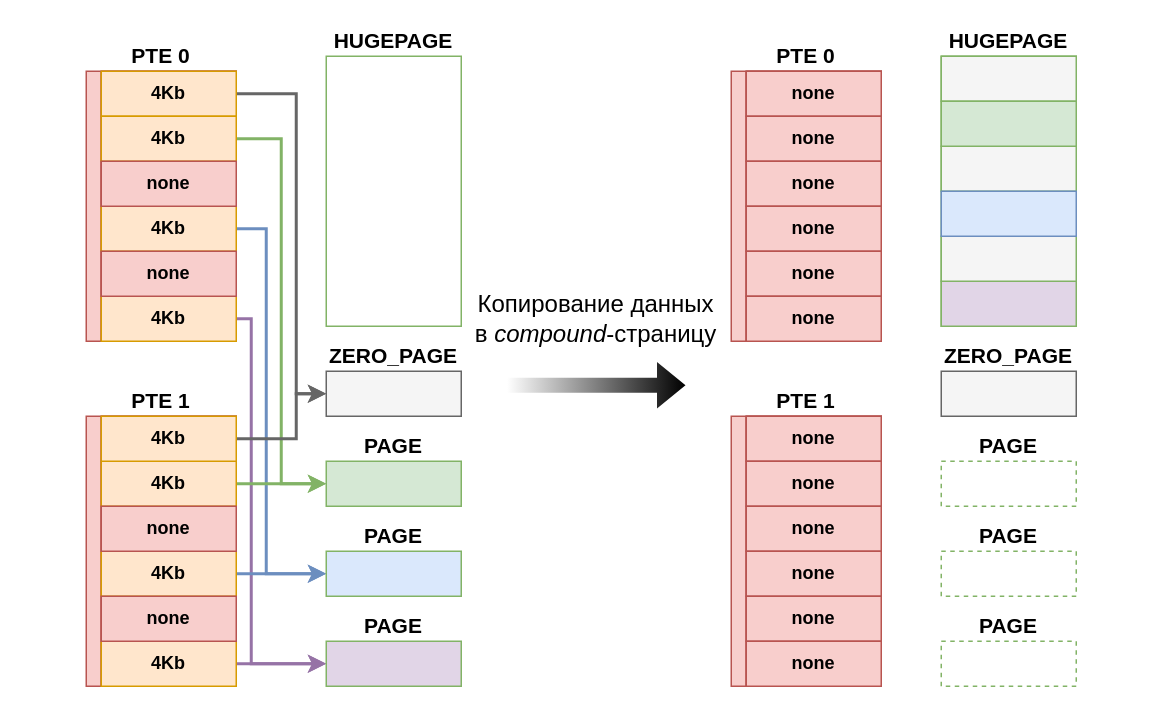
Earlier version of the draw.io diagram images/collapse_2.drawio (GadeevDmitry/Bachelor-diploma). Source tidied: cells renumbered, new cells numbered last; positions are measured from the earlier drawing's top-left corner, leaving out a move shared by most shapes. Both pictures are drawn from the tidied source at 150%, with x=0, y=0 at pixel (86, 26).
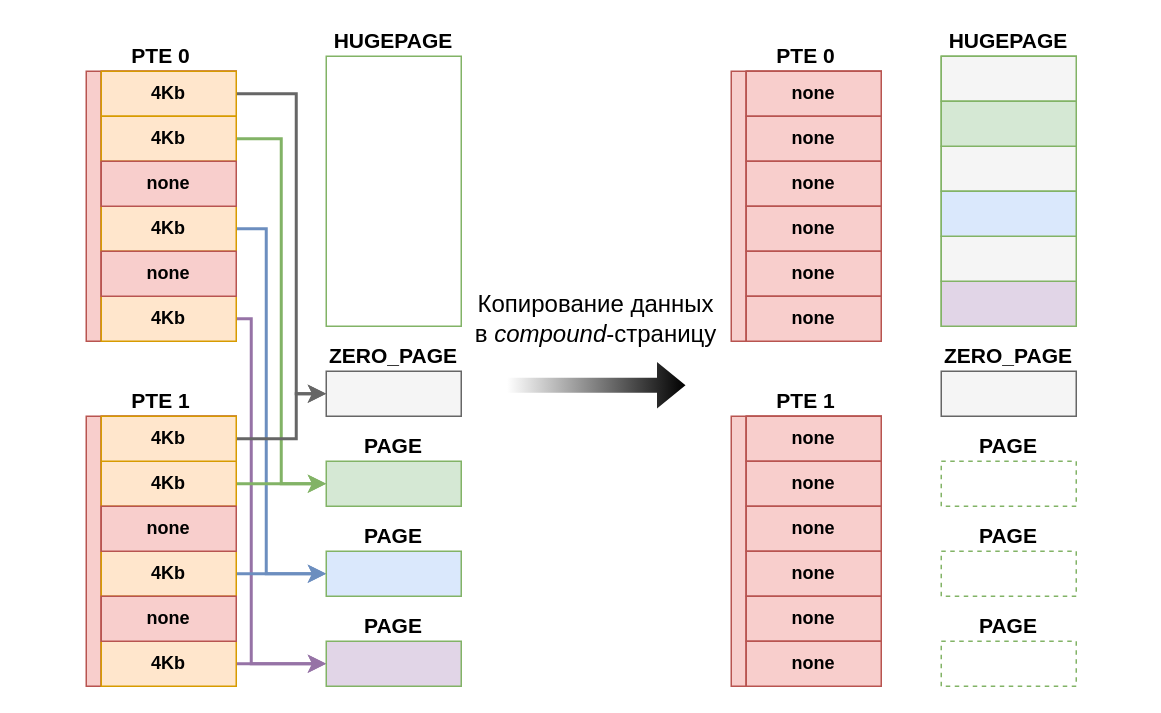
The same diagram, later.

Unchanged cells that the change refers to:
```xml
<mxCell id="72" style="group;" parent="1" vertex="1">
  <mxGeometry x="570" width="90" height="200" as="geometry" />
</mxCell>
```

The edit, as a diff of the source:
```diff
@@
+    <mxCell id="84" style="rounded=0;whiteSpace=wrap;html=1;fillColor=none;dashed=1;strokeColor=none;" parent="1" vertex="1">
+      <mxGeometry x="-40" width="740" height="440" as="geometry" />
+    </mxCell>
@@
-    <mxCell id="79" style="rounded=0;whiteSpace=wrap;html=1;fillColor=#dae8fc;strokeColor=#6c8ebf;" parent="72" vertex="1">
+    <mxCell id="79" style="rounded=0;whiteSpace=wrap;html=1;fillColor=light-dark(#dae8fc, #1f2f1e);strokeColor=#82b366;" parent="72" vertex="1">
       <mxGeometry y="110" width="90" height="30" as="geometry" />
     </mxCell>
```
